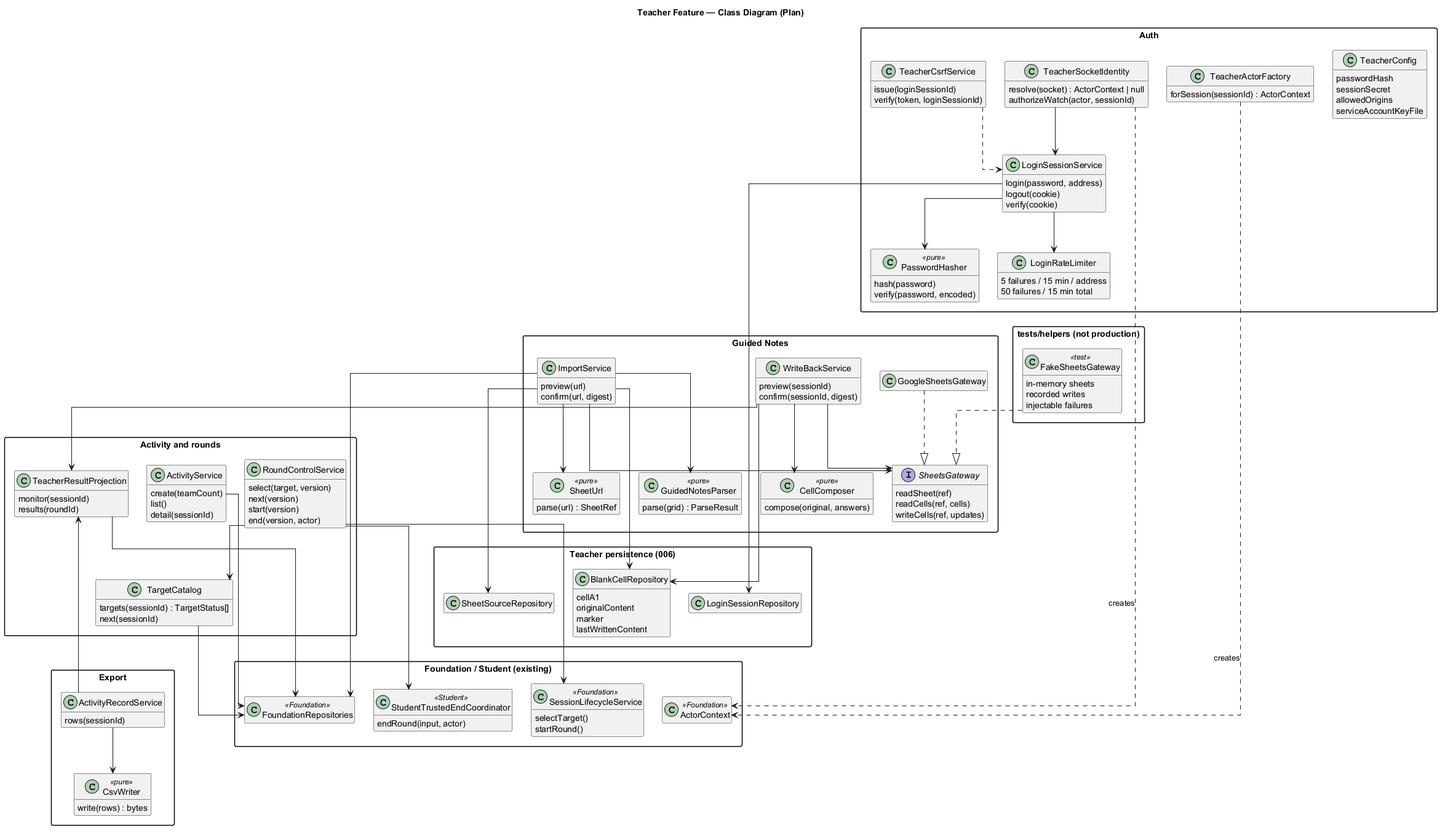
This is diagrams/003-teacher-feature-class.png from yuyu-lcoavte/quiz-system, a PlantUML export, as it was before one commit.
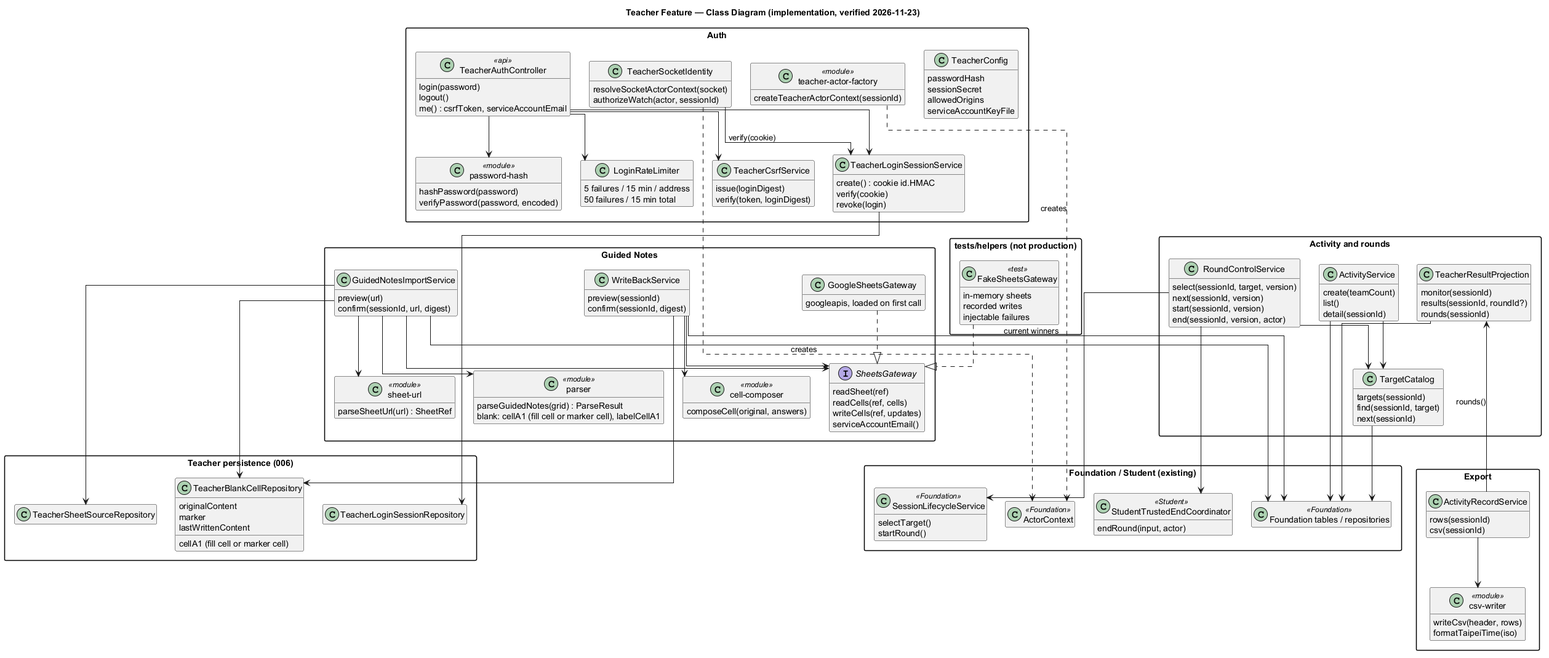
The same diagram one commit later.

Commit message:
docs(teacher): phase 8 traceability, security sweep and diagram check

The edit, as a diff of the source:
```diff
@@ -1,5 +1,5 @@
 @startuml
-title Teacher Feature — Class Diagram (Plan)
+title Teacher Feature — Class Diagram (implementation, verified 2026-11-23)
 top to bottom direction
 hide empty members
 skinparam classAttributeIconSize 0
@@ -15,28 +15,33 @@
     allowedOrigins
     serviceAccountKeyFile
   }
-  class PasswordHasher <<pure>> {
-    hash(password)
-    verify(password, encoded)
+  class TeacherAuthController <<api>> {
+    login(password)
+    logout()
+    me() : csrfToken, serviceAccountEmail
+  }
+  class "password-hash" as PasswordHash <<module>> {
+    hashPassword(password)
+    verifyPassword(password, encoded)
   }
   class LoginRateLimiter {
     5 failures / 15 min / address
     50 failures / 15 min total
   }
-  class LoginSessionService {
-    login(password, address)
-    logout(cookie)
+  class TeacherLoginSessionService {
+    create() : cookie id.HMAC
     verify(cookie)
+    revoke(login)
   }
   class TeacherCsrfService {
-    issue(loginSessionId)
-    verify(token, loginSessionId)
+    issue(loginDigest)
+    verify(token, loginDigest)
   }
-  class TeacherActorFactory {
-    forSession(sessionId) : ActorContext
+  class "teacher-actor-factory" as ActorFactory <<module>> {
+    createTeacherActorContext(sessionId)
   }
   class TeacherSocketIdentity {
-    resolve(socket) : ActorContext | null
+    resolveSocketActorContext(socket)
     authorizeWatch(actor, sessionId)
   }
 }
@@ -48,34 +53,37 @@
     detail(sessionId)
   }
   class TargetCatalog {
-    targets(sessionId) : TargetStatus[]
+    targets(sessionId)
+    find(sessionId, target)
     next(sessionId)
   }
   class RoundControlService {
-    select(target, version)
-    next(version)
-    start(version)
-    end(version, actor)
+    select(sessionId, target, version)
+    next(sessionId, version)
+    start(sessionId, version)
+    end(sessionId, version, actor)
   }
   class TeacherResultProjection {
     monitor(sessionId)
-    results(roundId)
+    results(sessionId, roundId?)
+    rounds(sessionId)
   }
 }
 
 package "Guided Notes" {
-  class SheetUrl <<pure>> {
-    parse(url) : SheetRef
+  class "sheet-url" as SheetUrl <<module>> {
+    parseSheetUrl(url) : SheetRef
   }
-  class GuidedNotesParser <<pure>> {
-    parse(grid) : ParseResult
+  class "parser" as Parser <<module>> {
+    parseGuidedNotes(grid) : ParseResult
+    blank: cellA1 (fill cell or marker cell), labelCellA1
   }
-  class ImportService {
+  class GuidedNotesImportService {
     preview(url)
-    confirm(url, digest)
+    confirm(sessionId, url, digest)
   }
-  class CellComposer <<pure>> {
-    compose(original, answers)
+  class "cell-composer" as CellComposer <<module>> {
+    composeCell(original, answers)
   }
   class WriteBackService {
     preview(sessionId)
@@ -85,8 +93,11 @@
     readSheet(ref)
     readCells(ref, cells)
     writeCells(ref, updates)
+    serviceAccountEmail()
   }
-  class GoogleSheetsGateway
+  class GoogleSheetsGateway {
+    googleapis, loaded on first call
+  }
 }
 
 package "tests/helpers (not production)" {
@@ -100,17 +111,19 @@
 package "Export" {
   class ActivityRecordService {
     rows(sessionId)
+    csv(sessionId)
   }
-  class CsvWriter <<pure>> {
-    write(rows) : bytes
+  class "csv-writer" as CsvWriter <<module>> {
+    writeCsv(header, rows)
+    formatTaipeiTime(iso)
   }
 }
 
 package "Teacher persistence (006)" {
-  class LoginSessionRepository
-  class SheetSourceRepository
-  class BlankCellRepository {
-    cellA1
+  class TeacherLoginSessionRepository
+  class TeacherSheetSourceRepository
+  class TeacherBlankCellRepository {
+    cellA1 (fill cell or marker cell)
     originalContent
     marker
     lastWrittenContent
@@ -122,47 +135,49 @@
     selectTarget()
     startRound()
   }
-  class FoundationRepositories <<Foundation>>
+  class "Foundation tables / repositories" as FoundationRepositories <<Foundation>>
   class ActorContext <<Foundation>>
   class StudentTrustedEndCoordinator <<Student>> {
     endRound(input, actor)
   }
 }
 
-LoginSessionService --> PasswordHasher
-LoginSessionService --> LoginRateLimiter
-LoginSessionService --> LoginSessionRepository
-TeacherCsrfService ..> LoginSessionService
-TeacherSocketIdentity --> LoginSessionService
-TeacherActorFactory ..> ActorContext : creates
+TeacherAuthController --> PasswordHash
+TeacherAuthController --> LoginRateLimiter
+TeacherAuthController --> TeacherLoginSessionService
+TeacherAuthController --> TeacherCsrfService
+TeacherLoginSessionService --> TeacherLoginSessionRepository
+TeacherSocketIdentity --> TeacherLoginSessionService : verify(cookie)
+ActorFactory ..> ActorContext : creates
 TeacherSocketIdentity ..> ActorContext : creates
 
 ActivityService --> FoundationRepositories
+ActivityService --> TargetCatalog
 TargetCatalog --> FoundationRepositories
 RoundControlService --> TargetCatalog
 RoundControlService --> SessionLifecycleService
 RoundControlService --> StudentTrustedEndCoordinator
 TeacherResultProjection --> FoundationRepositories
 
-ImportService --> SheetUrl
-ImportService --> GuidedNotesParser
-ImportService --> SheetsGateway
-ImportService --> FoundationRepositories
-ImportService --> SheetSourceRepository
-ImportService --> BlankCellRepository
+GuidedNotesImportService --> SheetUrl
+GuidedNotesImportService --> Parser
+GuidedNotesImportService --> SheetsGateway
+GuidedNotesImportService --> FoundationRepositories
+GuidedNotesImportService --> TeacherSheetSourceRepository
+GuidedNotesImportService --> TeacherBlankCellRepository
 WriteBackService --> CellComposer
 WriteBackService --> SheetsGateway
-WriteBackService --> BlankCellRepository
-WriteBackService --> TeacherResultProjection
+WriteBackService --> TeacherBlankCellRepository
+WriteBackService --> FoundationRepositories : current winners
 GoogleSheetsGateway ..|> SheetsGateway
 FakeSheetsGateway ..|> SheetsGateway
 
-ActivityRecordService --> TeacherResultProjection
+ActivityRecordService --> TeacherResultProjection : rounds()
 ActivityRecordService --> CsvWriter
 
-PasswordHasher -[hidden]down- ImportService
+PasswordHash -[hidden]down- GuidedNotesImportService
 LoginRateLimiter -[hidden]down- WriteBackService
 TargetCatalog -[hidden]down- ActivityRecordService
-SheetUrl -[hidden]down- LoginSessionRepository
+SheetUrl -[hidden]down- TeacherLoginSessionRepository
 CellComposer -[hidden]down- SessionLifecycleService
 @enduml
```
